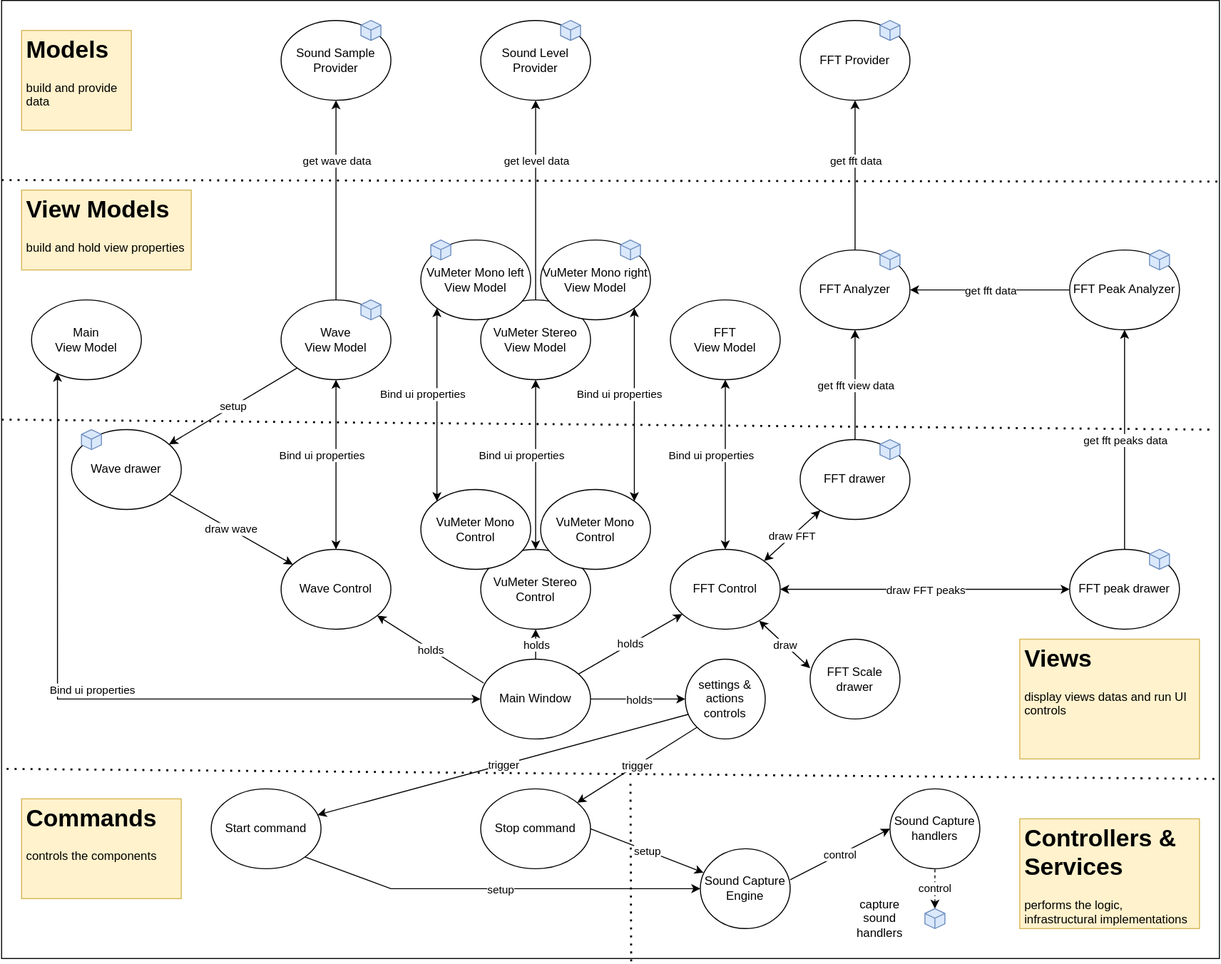
Earlier version of the draw.io export Doc/components1.drawio.svg (franck-gaspoz/WindowsAudioSessionSample). Source tidied: cells renumbered, new cells last; positions are measured from the earlier drawing's top-left corner, leaving out a move shared by most shapes.
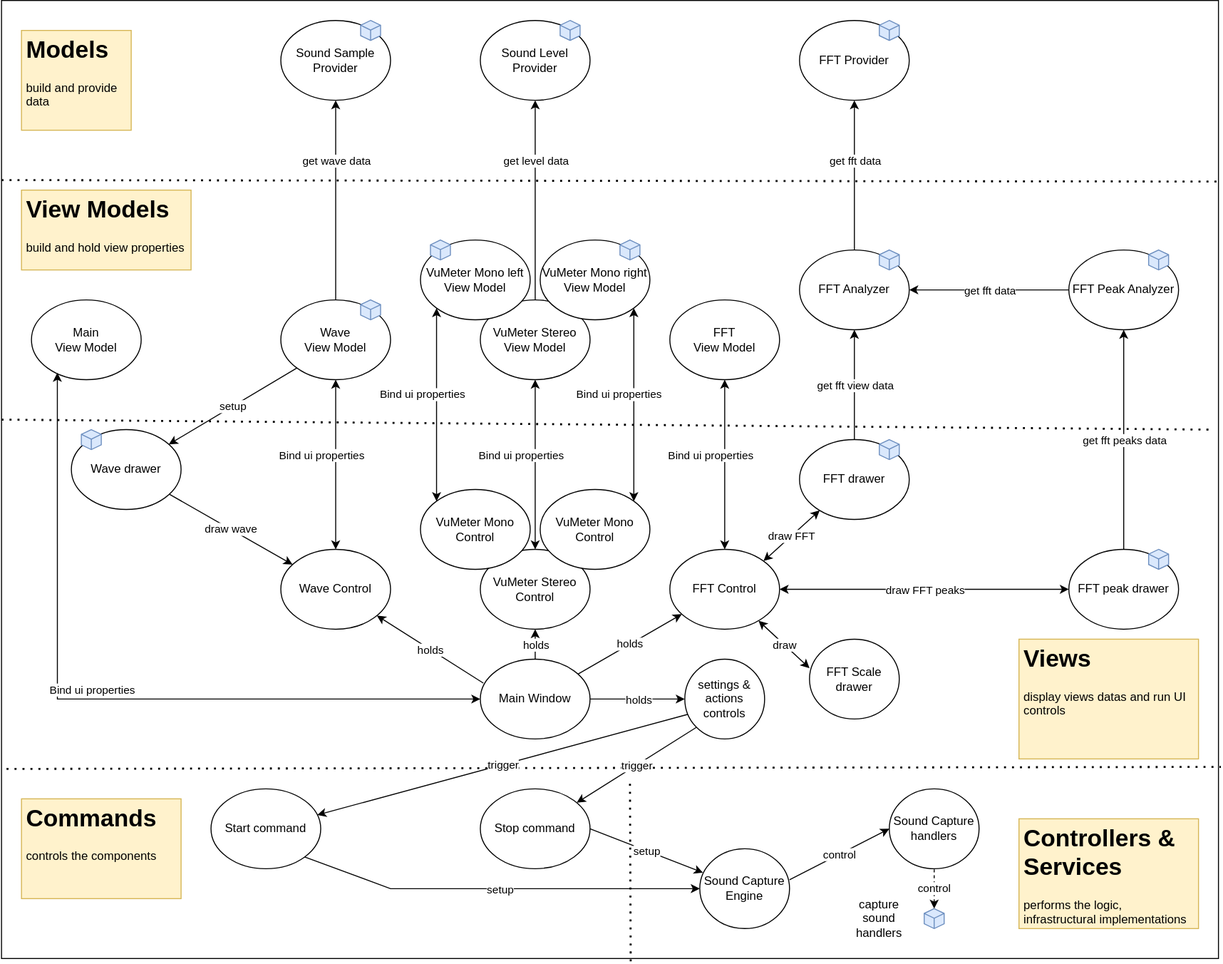
Above is the later version.

What changed in the source:
```diff
@@ -211,10 +211,9 @@
     <mxCell id="63" value="holds" style="edgeLabel;html=1;align=center;verticalAlign=middle;" parent="62" vertex="1">
       <mxGeometry relative="1" as="geometry" />
     </mxCell>
-    <mxCell id="64" style="endArrow=none;dashed=1;html=1;dashPattern=1 3;strokeWidth=2;rounded=0;" parent="1" edge="1">
+    <mxCell id="64" style="endArrow=none;dashed=1;html=1;dashPattern=1 3;strokeWidth=2;rounded=0;entryX=1.002;entryY=0.8;entryDx=0;entryDy=0;entryPerimeter=0;" parent="1" edge="1" target="2">
       <mxGeometry relative="1" as="geometry">
         <mxPoint x="5" y="770" as="sourcePoint" />
-        <mxPoint x="1215" y="780" as="targetPoint" />
       </mxGeometry>
     </mxCell>
     <mxCell id="65" value="Main&lt;br&gt;View Model" style="ellipse;whiteSpace=wrap;html=1;" parent="1" vertex="1">
```
